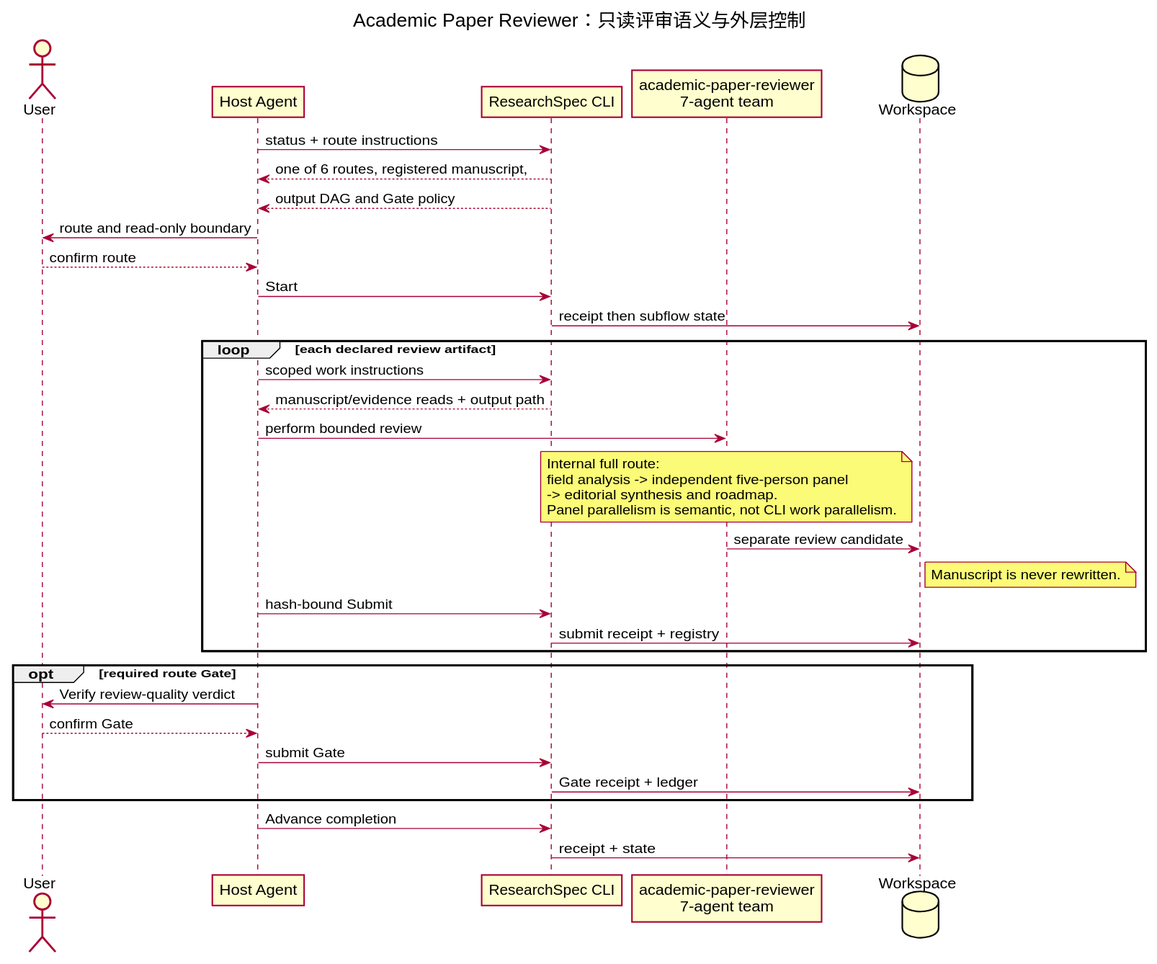
Earlier version of the PlantUML export docs/researchspec_arsu_runtime/diagrams/rendered/academic-paper-reviewer-workflow.svg (leike0813/ResearchSpec).
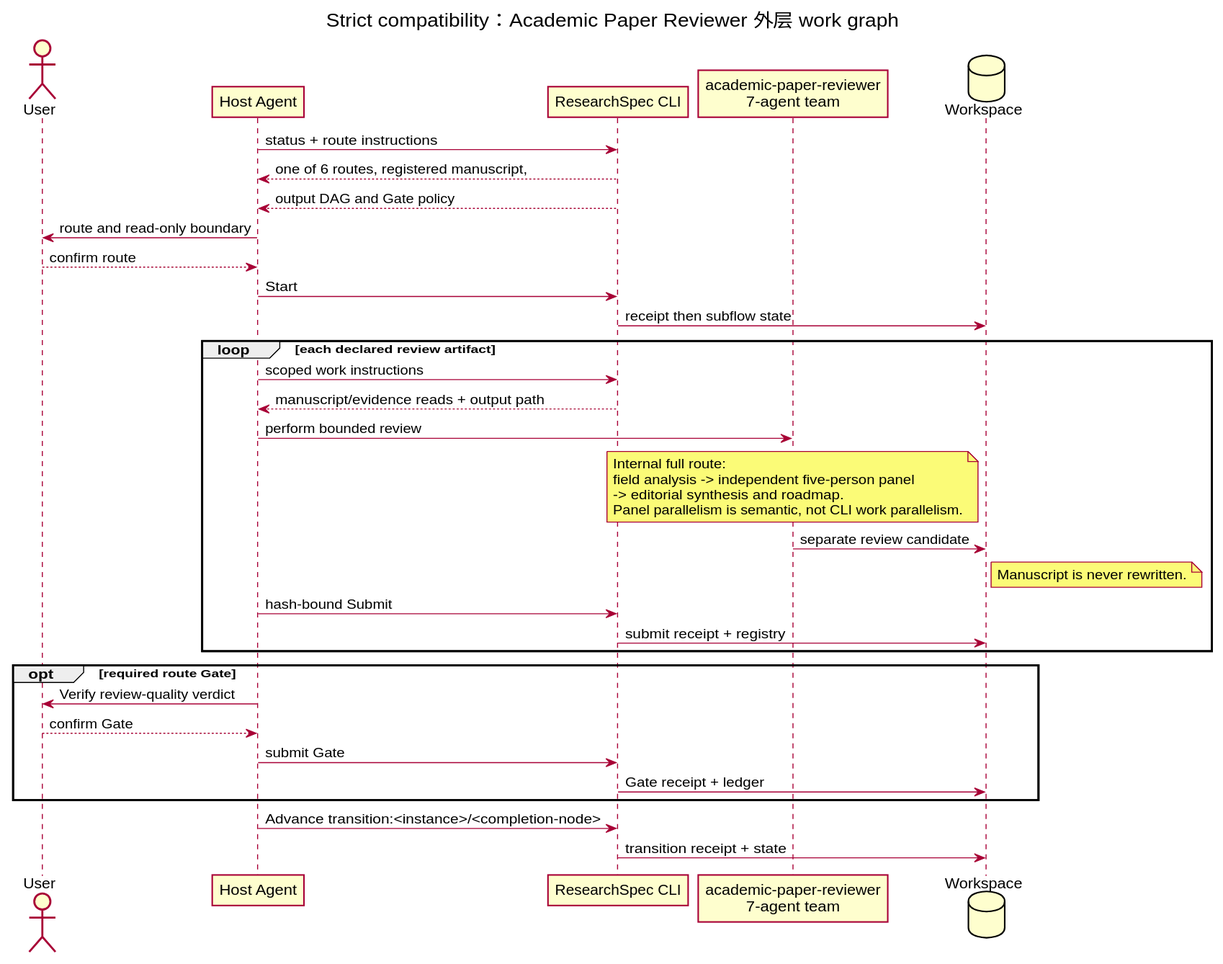
The same diagram one commit later.

The edit, as a diff of the source:
```diff
@@ -1,5 +1,5 @@
 @startuml
-title Academic Paper Reviewer：只读评审语义与外层控制
+title Strict compatibility：Academic Paper Reviewer 外层 work graph
 skinparam shadowing false
 actor User
 participant "Host Agent" as Agent
@@ -37,6 +37,6 @@
   Agent -> CLI : submit Gate
   CLI -> Files : Gate receipt + ledger
 end
-Agent -> CLI : Advance completion
-CLI -> Files : receipt + state
+Agent -> CLI : Advance transition:<instance>/<completion-node>
+CLI -> Files : transition receipt + state
 @enduml
```
